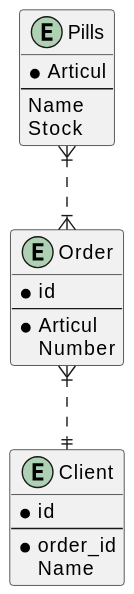
Earlier version of the PlantUML export lab1/pharmacy.svg (karseny99/dataBaseCourse).
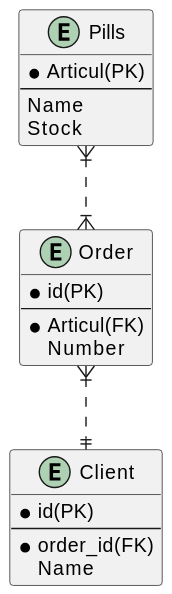
The same file after the commit.

The edit, as a diff of the source:
```diff
@@ -1,22 +1,22 @@
 @startuml
 entity Pills {
-  *Articul
+  *Articul(PK)
   --
   Name
   Stock
 }
 
 entity Order {
-  *id
+  *id(PK)
   --
-  *Articul
+  *Articul(FK)
   Number
 }
 
 entity Client {
-  *id
+  *id(PK)
   --
-  *order_id
+  *order_id(FK)
   Name
 }
 
```
